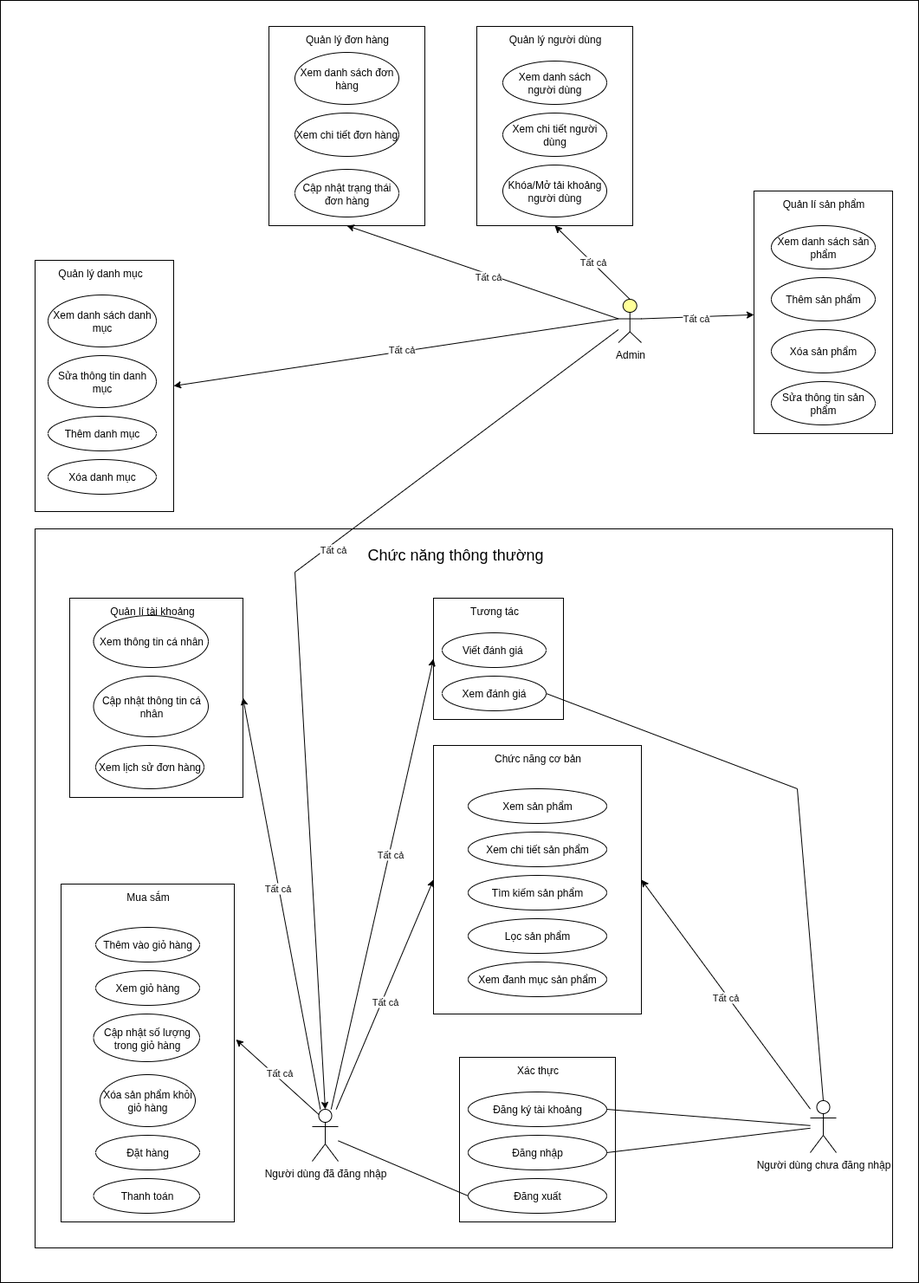
Earlier version of the draw.io export Diagrams/usecase tổng quan.drawio.png (HaoNgo232/laptop-shop). Source tidied: cells renumbered, new cells last; positions are measured from the earlier drawing's top-left corner, leaving out a move shared by most shapes.
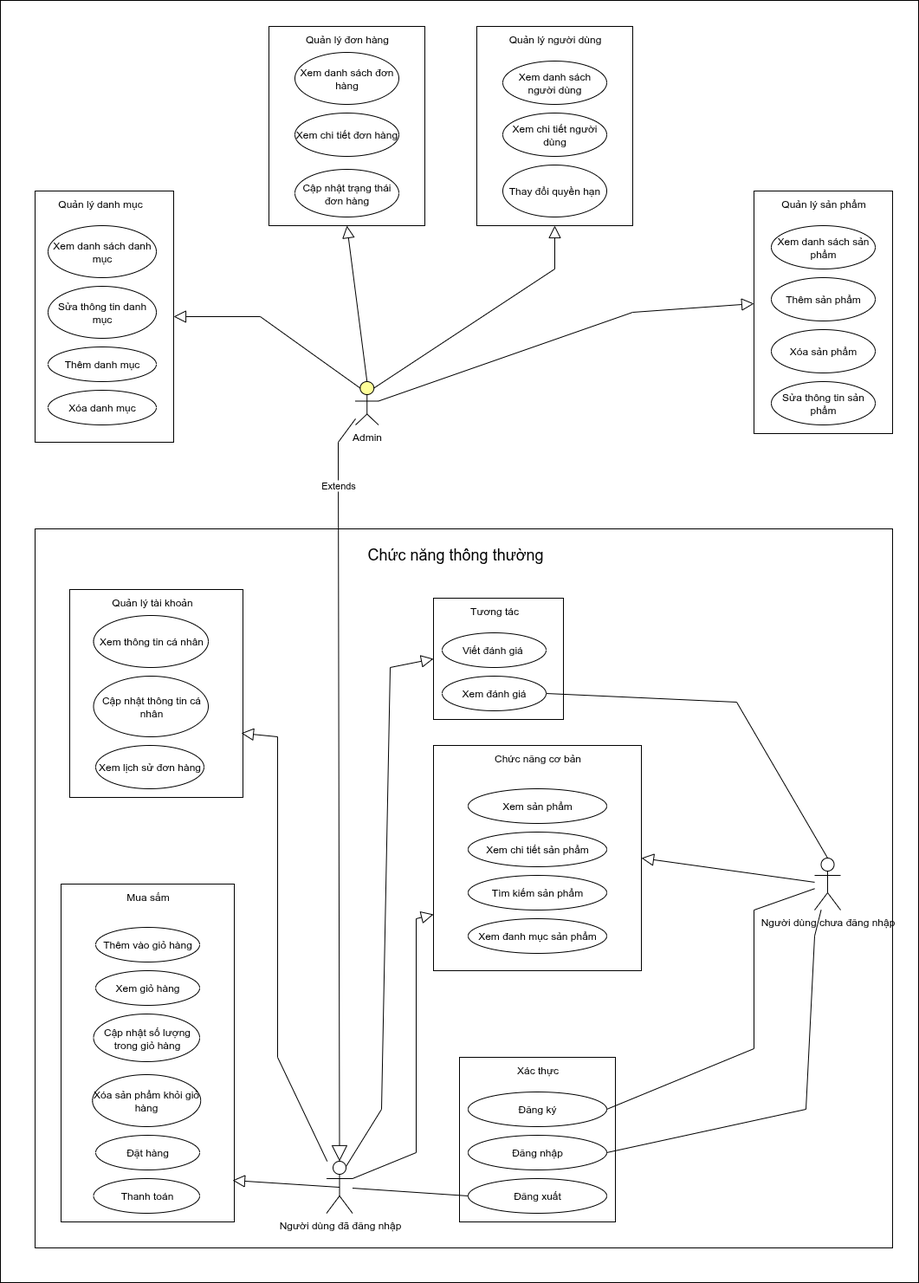
The same diagram one commit later.

The edit, as a diff of the source:
```diff
@@ -8,3 +8,3 @@
     <mxCell id="3" style="rounded=0;whiteSpace=wrap;html=1;" parent="1" vertex="1">
-      <mxGeometry x="40" y="300" width="160" height="290" as="geometry" />
+      <mxGeometry x="40" y="220" width="160" height="290" as="geometry" />
     </mxCell>
@@ -23,3 +23,3 @@
     <mxCell id="8" style="rounded=0;whiteSpace=wrap;html=1;" parent="1" vertex="1">
-      <mxGeometry x="80" y="690" width="200" height="230" as="geometry" />
+      <mxGeometry x="80" y="680" width="200" height="240" as="geometry" />
     </mxCell>
@@ -35,6 +35,6 @@
     <mxCell id="12" style="rounded=0;whiteSpace=wrap;html=1;" parent="1" vertex="1">
-      <mxGeometry x="500" y="860" width="240" height="310" as="geometry" />
+      <mxGeometry x="500" y="860" width="240" height="260" as="geometry" />
     </mxCell>
     <mxCell id="13" value="Người dùng chưa đăng nhập" style="shape=umlActor;verticalLabelPosition=bottom;verticalAlign=top;html=1;outlineConnect=0;" parent="1" vertex="1">
-      <mxGeometry x="935" y="1270" width="30" height="60" as="geometry" />
+      <mxGeometry x="940" y="990" width="30" height="60" as="geometry" />
     </mxCell>
@@ -49,12 +49,12 @@
     </mxCell>
-    <mxCell id="17" value="Lọc sản phẩm" style="ellipse;whiteSpace=wrap;html=1;" parent="1" vertex="1">
-      <mxGeometry x="540" y="1060" width="160" height="40" as="geometry" />
-    </mxCell>
     <mxCell id="18" value="Xem đanh mục sản phẩm" style="ellipse;whiteSpace=wrap;html=1;" parent="1" vertex="1">
-      <mxGeometry x="540" y="1110" width="160" height="40" as="geometry" />
+      <mxGeometry x="540" y="1060" width="160" height="40" as="geometry" />
     </mxCell>
-    <mxCell id="19" style="edgeStyle=orthogonalEdgeStyle;rounded=0;orthogonalLoop=1;jettySize=auto;html=1;exitX=0.5;exitY=1;exitDx=0;exitDy=0;" parent="1" edge="1" source="17" target="17">
-      <mxGeometry relative="1" as="geometry" />
+    <mxCell id="19" style="edgeStyle=orthogonalEdgeStyle;rounded=0;orthogonalLoop=1;jettySize=auto;html=1;exitX=0.5;exitY=1;exitDx=0;exitDy=0;" parent="1" edge="1">
+      <mxGeometry relative="1" as="geometry">
+        <mxPoint x="620" y="1100" as="sourcePoint" />
+        <mxPoint x="620" y="1100" as="targetPoint" />
+      </mxGeometry>
     </mxCell>
-    <mxCell id="20" value="Đăng ký tài khoảng" style="ellipse;whiteSpace=wrap;html=1;" parent="1" vertex="1">
+    <mxCell id="20" value="Đăng ký" style="ellipse;whiteSpace=wrap;html=1;" parent="1" vertex="1">
       <mxGeometry x="540" y="1260" width="160" height="40" as="geometry" />
@@ -73,7 +73,6 @@
     </mxCell>
-    <mxCell id="25" style="endArrow=none;html=1;rounded=0;exitX=1;exitY=0.5;exitDx=0;exitDy=0;" parent="1" edge="1" source="23">
+    <mxCell id="25" style="endArrow=none;html=1;rounded=0;entryX=0.5;entryY=0;entryDx=0;entryDy=0;entryPerimeter=0;exitX=1;exitY=0.5;exitDx=0;exitDy=0;" parent="1" edge="1" source="23" target="13">
       <mxGeometry relative="1" as="geometry">
-        <mxPoint x="950" y="1270" as="targetPoint" />
         <Array as="points">
-          <mxPoint x="920" y="910" />
+          <mxPoint x="850" y="810" />
         </Array>
@@ -82,6 +81,11 @@
     <mxCell id="26" style="endArrow=none;html=1;rounded=0;exitX=1;exitY=0.5;exitDx=0;exitDy=0;" parent="1" edge="1" source="20" target="13">
-      <mxGeometry relative="1" as="geometry" />
+      <mxGeometry relative="1" as="geometry">
+        <Array as="points">
+          <mxPoint x="870" y="1210" />
+          <mxPoint x="870" y="1050" />
+        </Array>
+      </mxGeometry>
     </mxCell>
     <mxCell id="27" value="Người dùng đã đăng nhập" style="shape=umlActor;verticalLabelPosition=bottom;verticalAlign=top;html=1;outlineConnect=0;" parent="1" vertex="1">
-      <mxGeometry x="360" y="1280" width="30" height="60" as="geometry" />
+      <mxGeometry x="376.5" y="1340" width="30" height="60" as="geometry" />
     </mxCell>
@@ -94,3 +98,8 @@
     <mxCell id="30" style="endArrow=none;html=1;rounded=0;exitX=1;exitY=0.5;exitDx=0;exitDy=0;" parent="1" edge="1" source="29" target="13">
-      <mxGeometry relative="1" as="geometry" />
+      <mxGeometry relative="1" as="geometry">
+        <Array as="points">
+          <mxPoint x="930" y="1280" />
+          <mxPoint x="940" y="1080" />
+        </Array>
+      </mxGeometry>
     </mxCell>
@@ -104,24 +113,2 @@
     </mxCell>
-    <mxCell id="33" style="endArrow=classic;html=1;rounded=0;entryX=0;entryY=0.5;entryDx=0;entryDy=0;" parent="1" edge="1" source="27" target="12">
-      <mxGeometry relative="1" as="geometry" />
-    </mxCell>
-    <mxCell id="34" value="Tất cả" style="edgeLabel;html=1;align=center;verticalAlign=middle;" parent="33" vertex="1">
-      <mxGeometry x="-0.05" y="-3" relative="1" as="geometry" />
-    </mxCell>
-    <mxCell id="35" style="endArrow=classic;html=1;rounded=0;entryX=1;entryY=0.5;entryDx=0;entryDy=0;" parent="1" edge="1" source="13" target="12">
-      <mxGeometry relative="1" as="geometry" />
-    </mxCell>
-    <mxCell id="36" value="Tất cả" style="edgeLabel;html=1;align=center;verticalAlign=middle;" parent="35" vertex="1">
-      <mxGeometry x="-0.01" y="2" relative="1" as="geometry">
-        <mxPoint y="1" as="offset" />
-      </mxGeometry>
-    </mxCell>
-    <mxCell id="37" style="endArrow=classic;html=1;rounded=0;entryX=0;entryY=0.5;entryDx=0;entryDy=0;" parent="1" edge="1" source="27" target="11">
-      <mxGeometry relative="1" as="geometry" />
-    </mxCell>
-    <mxCell id="38" value="Tất cả" style="edgeLabel;html=1;align=center;verticalAlign=middle;" parent="37" vertex="1">
-      <mxGeometry x="0.14" y="-1" relative="1" as="geometry">
-        <mxPoint y="1" as="offset" />
-      </mxGeometry>
-    </mxCell>
     <mxCell id="39" value="Thêm vào giỏ hàng" style="ellipse;whiteSpace=wrap;html=1;" parent="1" vertex="1">
@@ -136,3 +123,3 @@
     <mxCell id="42" value="Xóa sản phẩm khỏi giỏ hàng" style="ellipse;whiteSpace=wrap;html=1;" parent="1" vertex="1">
-      <mxGeometry x="115" y="1240" width="110" height="60" as="geometry" />
+      <mxGeometry x="106.2" y="1240" width="125" height="60" as="geometry" />
     </mxCell>
@@ -147,8 +134,2 @@
     </mxCell>
-    <mxCell id="46" style="endArrow=classic;html=1;rounded=0;entryX=1.01;entryY=0.46;entryDx=0;entryDy=0;entryPerimeter=0;exitX=0.25;exitY=0.1;exitDx=0;exitDy=0;exitPerimeter=0;" parent="1" edge="1" source="27" target="9">
-      <mxGeometry relative="1" as="geometry" />
-    </mxCell>
-    <mxCell id="47" value="Tất cả" style="edgeLabel;html=1;align=center;verticalAlign=middle;" parent="46" vertex="1">
-      <mxGeometry x="0.02" y="-5" relative="1" as="geometry" />
-    </mxCell>
     <mxCell id="48" value="Xem thông tin cá nhân" style="ellipse;whiteSpace=wrap;html=1;" parent="1" vertex="1">
@@ -162,11 +143,5 @@
     </mxCell>
-    <mxCell id="51" value="Quản lí tài khoảng" style="text;html=1;align=center;verticalAlign=middle;strokeColor=none;fillColor=none;" parent="1" vertex="1">
-      <mxGeometry x="115" y="690" width="120" height="30" as="geometry" />
+    <mxCell id="51" value="Quản lý tài khoản" style="text;html=1;align=center;verticalAlign=middle;strokeColor=none;fillColor=none;" parent="1" vertex="1">
+      <mxGeometry x="115" y="680" width="120" height="30" as="geometry" />
     </mxCell>
-    <mxCell id="52" style="endArrow=classic;html=1;rounded=0;entryX=1;entryY=0.5;entryDx=0;entryDy=0;" parent="1" edge="1" source="27" target="8">
-      <mxGeometry relative="1" as="geometry" />
-    </mxCell>
-    <mxCell id="53" value="Tất cả" style="edgeLabel;html=1;align=center;verticalAlign=middle;" parent="52" vertex="1">
-      <mxGeometry x="0.08" y="2" relative="1" as="geometry" />
-    </mxCell>
     <mxCell id="54" value="Chức năng thông thường" style="text;html=1;align=center;verticalAlign=middle;strokeColor=none;fillColor=none;fontSize=18;" parent="1" vertex="1">
@@ -175,14 +150,4 @@
     <mxCell id="55" value="Admin" style="html=1;outlineConnect=0;whiteSpace=wrap;fillColor=#ffff99;verticalLabelPosition=bottom;verticalAlign=top;align=center;shape=mxgraph.archimate3.actor;" parent="1" vertex="1">
-      <mxGeometry x="713.5" y="345" width="26.5" height="50" as="geometry" />
+      <mxGeometry x="410" y="440" width="26.5" height="50" as="geometry" />
     </mxCell>
-    <mxCell id="56" style="endArrow=classic;html=1;rounded=0;entryX=0.5;entryY=0;entryDx=0;entryDy=0;entryPerimeter=0;" parent="1" edge="1" source="55" target="27">
-      <mxGeometry relative="1" as="geometry">
-        <Array as="points">
-          <mxPoint x="340" y="660" />
-        </Array>
-      </mxGeometry>
-    </mxCell>
-    <mxCell id="57" value="Tất cả" style="edgeLabel;html=1;align=center;verticalAlign=middle;" parent="56" vertex="1">
-      <mxGeometry x="-0.23" y="5" relative="1" as="geometry" />
-    </mxCell>
     <mxCell id="58" value="Xem danh sách sản phẩm" style="ellipse;whiteSpace=wrap;html=1;" parent="1" vertex="1">
@@ -199,11 +164,5 @@
     </mxCell>
-    <mxCell id="62" value="Quản lí sản phẩm" style="text;html=1;align=center;verticalAlign=middle;strokeColor=none;fillColor=none;" parent="1" vertex="1">
+    <mxCell id="62" value="Quản lý sản phẩm" style="text;html=1;align=center;verticalAlign=middle;strokeColor=none;fillColor=none;" parent="1" vertex="1">
       <mxGeometry x="890" y="220" width="120" height="30" as="geometry" />
     </mxCell>
-    <mxCell id="63" style="endArrow=classic;html=1;rounded=0;exitX=1;exitY=0.45;exitDx=0;exitDy=0;exitPerimeter=0;" parent="1" edge="1" source="55" target="6">
-      <mxGeometry relative="1" as="geometry" />
-    </mxCell>
-    <mxCell id="64" value="Tất cả" style="edgeLabel;html=1;align=center;verticalAlign=middle;" parent="63" vertex="1">
-      <mxGeometry x="-0.02" y="-1" relative="1" as="geometry" />
-    </mxCell>
     <mxCell id="65" value="Xem danh sách người dùng" style="ellipse;whiteSpace=wrap;html=1;" parent="1" vertex="1">
@@ -214,3 +173,3 @@
     </mxCell>
-    <mxCell id="67" value="Khóa/Mở tải khoảng người dùng" style="ellipse;whiteSpace=wrap;html=1;" parent="1" vertex="1">
+    <mxCell id="67" value="Thay đổi quyền hạn" style="ellipse;whiteSpace=wrap;html=1;" parent="1" vertex="1">
       <mxGeometry x="580" y="190" width="120" height="60" as="geometry" />
@@ -220,8 +179,2 @@
     </mxCell>
-    <mxCell id="69" style="endArrow=classic;html=1;rounded=0;entryX=0.5;entryY=1;entryDx=0;entryDy=0;exitX=0.5;exitY=0;exitDx=0;exitDy=0;exitPerimeter=0;" parent="1" edge="1" source="55" target="5">
-      <mxGeometry relative="1" as="geometry" />
-    </mxCell>
-    <mxCell id="70" value="Tất cả" style="edgeLabel;html=1;align=center;verticalAlign=middle;" parent="69" vertex="1">
-      <mxGeometry x="0.01" y="-1" relative="1" as="geometry" />
-    </mxCell>
     <mxCell id="71" value="Xem danh sách đơn hàng" style="ellipse;whiteSpace=wrap;html=1;" parent="1" vertex="1">
@@ -238,29 +191,79 @@
     </mxCell>
-    <mxCell id="75" style="endArrow=classic;html=1;rounded=0;entryX=0.5;entryY=1;entryDx=0;entryDy=0;exitX=0;exitY=0.45;exitDx=0;exitDy=0;exitPerimeter=0;" parent="1" edge="1" source="55" target="4">
-      <mxGeometry relative="1" as="geometry" />
-    </mxCell>
-    <mxCell id="76" value="Tất cả" style="edgeLabel;html=1;align=center;verticalAlign=middle;" parent="75" vertex="1">
-      <mxGeometry x="-0.04" y="3" relative="1" as="geometry" />
-    </mxCell>
     <mxCell id="77" value="Xem danh sách danh mục" style="ellipse;whiteSpace=wrap;html=1;" parent="1" vertex="1">
-      <mxGeometry x="55" y="340" width="125" height="60" as="geometry" />
+      <mxGeometry x="55" y="260" width="125" height="60" as="geometry" />
     </mxCell>
     <mxCell id="78" value="Thêm danh mục" style="ellipse;whiteSpace=wrap;html=1;" parent="1" vertex="1">
-      <mxGeometry x="55" y="480" width="125" height="40" as="geometry" />
+      <mxGeometry x="55" y="400" width="125" height="40" as="geometry" />
     </mxCell>
     <mxCell id="79" value="Sửa thông tin danh mục" style="ellipse;whiteSpace=wrap;html=1;" parent="1" vertex="1">
-      <mxGeometry x="55" y="410" width="125" height="60" as="geometry" />
+      <mxGeometry x="55" y="330" width="125" height="60" as="geometry" />
     </mxCell>
     <mxCell id="80" value="Xóa danh mục" style="ellipse;whiteSpace=wrap;html=1;" parent="1" vertex="1">
-      <mxGeometry x="55" y="530" width="125" height="40" as="geometry" />
+      <mxGeometry x="55" y="450" width="125" height="40" as="geometry" />
     </mxCell>
+    <mxCell id="83" value="Quản lý danh mục" style="text;html=1;align=center;verticalAlign=middle;strokeColor=none;fillColor=none;" parent="1" vertex="1">
+      <mxGeometry x="55" y="220" width="120" height="30" as="geometry" />
+    </mxCell>
+    <mxCell id="84" style="edgeStyle=none;html=1;endSize=12;endArrow=block;endFill=0;rounded=0;entryX=0;entryY=0.5;entryDx=0;entryDy=0;exitX=1;exitY=0.45;exitDx=0;exitDy=0;exitPerimeter=0;" parent="1" edge="1" source="55">
+      <mxGeometry relative="1" as="geometry">
+        <mxPoint x="870" y="350" as="targetPoint" />
+        <Array as="points">
+          <mxPoint x="730" y="360" />
+        </Array>
+      </mxGeometry>
+    </mxCell>
+    <mxCell id="56" value="Extends" style="endArrow=block;endSize=16;endFill=0;html=1;rounded=0;entryX=0.5;entryY=0;entryDx=0;entryDy=0;entryPerimeter=0;" parent="1" edge="1" source="55" target="27">
+      <mxGeometry x="-0.81" relative="1" as="geometry">
+        <Array as="points">
+          <mxPoint x="390" y="510" />
+        </Array>
+      </mxGeometry>
+    </mxCell>
+    <mxCell id="69" style="edgeStyle=none;html=1;endSize=12;endArrow=block;endFill=0;rounded=0;exitX=0.8;exitY=0.15;exitDx=0;exitDy=0;exitPerimeter=0;entryX=0.5;entryY=1;entryDx=0;entryDy=0;" parent="1" edge="1" source="55" target="5">
+      <mxGeometry relative="1" as="geometry">
+        <Array as="points">
+          <mxPoint x="640" y="310" />
+        </Array>
+      </mxGeometry>
+    </mxCell>
+    <mxCell id="75" style="edgeStyle=none;html=1;endSize=12;endArrow=block;endFill=0;rounded=0;exitX=0.5;exitY=0;exitDx=0;exitDy=0;exitPerimeter=0;entryX=0.5;entryY=1;entryDx=0;entryDy=0;" parent="1" edge="1" source="55" target="4">
+      <mxGeometry relative="1" as="geometry" />
+    </mxCell>
-    <mxCell id="81" style="endArrow=classic;html=1;rounded=0;entryX=1;entryY=0.5;entryDx=0;entryDy=0;exitX=0;exitY=0.45;exitDx=0;exitDy=0;exitPerimeter=0;" parent="1" edge="1" source="55" target="3">
-      <mxGeometry relative="1" as="geometry" />
+    <mxCell id="81" style="edgeStyle=none;html=1;endSize=12;endArrow=block;endFill=0;rounded=0;entryX=1;entryY=0.5;entryDx=0;entryDy=0;exitX=0.2;exitY=0.15;exitDx=0;exitDy=0;exitPerimeter=0;" parent="1" edge="1" source="55" target="3">
+      <mxGeometry relative="1" as="geometry">
+        <Array as="points">
+          <mxPoint x="300" y="365" />
+        </Array>
+      </mxGeometry>
     </mxCell>
-    <mxCell id="82" value="Tất cả" style="edgeLabel;html=1;align=center;verticalAlign=middle;" parent="81" vertex="1">
-      <mxGeometry x="-0.03" y="-3" relative="1" as="geometry" />
-    </mxCell>
-    <mxCell id="83" value="Quản lý danh mục" style="text;html=1;align=center;verticalAlign=middle;strokeColor=none;fillColor=none;" parent="1" vertex="1">
-      <mxGeometry x="55" y="300" width="120" height="30" as="geometry" />
-    </mxCell>
+    <mxCell id="52" style="edgeStyle=none;html=1;endSize=12;endArrow=block;endFill=0;rounded=0;entryX=0.99;entryY=0.691;entryDx=0;entryDy=0;entryPerimeter=0;" parent="1" edge="1" source="27" target="8">
+      <mxGeometry relative="1" as="geometry">
+        <Array as="points">
+          <mxPoint x="320" y="1220" />
+          <mxPoint x="320" y="850" />
+        </Array>
+      </mxGeometry>
+    </mxCell>
+    <mxCell id="46" style="edgeStyle=none;html=1;endSize=12;endArrow=block;endFill=0;rounded=0;entryX=0.99;entryY=0.877;entryDx=0;entryDy=0;entryPerimeter=0;exitX=0.5;exitY=0.5;exitDx=0;exitDy=0;exitPerimeter=0;" parent="1" edge="1" source="27" target="9">
+      <mxGeometry relative="1" as="geometry" />
+    </mxCell>
+    <mxCell id="33" style="edgeStyle=none;html=1;endSize=12;endArrow=block;endFill=0;rounded=0;entryX=0;entryY=0.75;entryDx=0;entryDy=0;exitX=1;exitY=0.3333333333333333;exitDx=0;exitDy=0;exitPerimeter=0;" parent="1" edge="1" source="27" target="12">
+      <mxGeometry relative="1" as="geometry">
+        <Array as="points">
+          <mxPoint x="480" y="1330" />
+          <mxPoint x="480" y="1060" />
+        </Array>
+      </mxGeometry>
+    </mxCell>
+    <mxCell id="37" style="edgeStyle=none;html=1;endSize=12;endArrow=block;endFill=0;rounded=0;entryX=0;entryY=0.5;entryDx=0;entryDy=0;exitX=0.75;exitY=0.1;exitDx=0;exitDy=0;exitPerimeter=0;" parent="1" edge="1" source="27" target="11">
+      <mxGeometry relative="1" as="geometry">
+        <Array as="points">
+          <mxPoint x="440" y="1280" />
+          <mxPoint x="450" y="770" />
+        </Array>
+      </mxGeometry>
+    </mxCell>
+    <mxCell id="35" style="edgeStyle=none;html=1;endSize=12;endArrow=block;endFill=0;rounded=0;entryX=1;entryY=0.5;entryDx=0;entryDy=0;" parent="1" edge="1" source="13" target="12">
+      <mxGeometry relative="1" as="geometry" />
+    </mxCell>
   </root>
```
